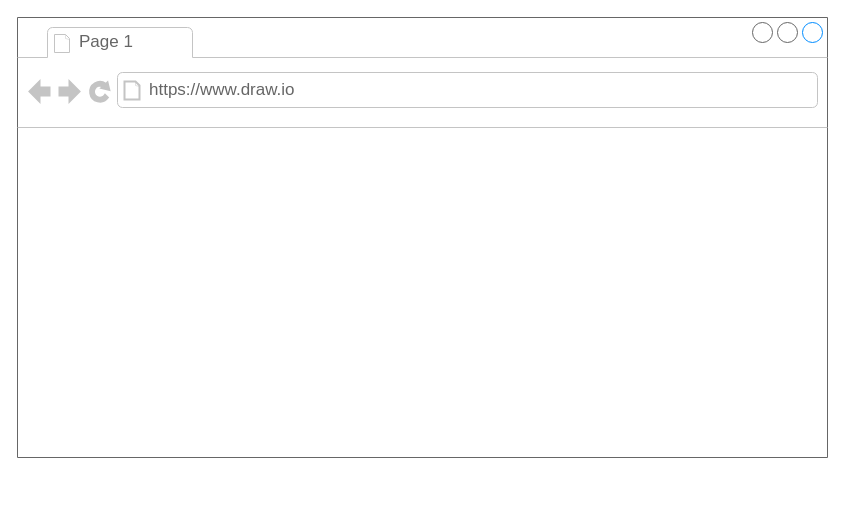
Above: Untitled Diagram.drawio in 0scarTrujill0/MOCKUPS-MAESTRO-MEDIOS (draw.io), before the change. Source tidied: cells renumbered, new cells numbered last; positions are measured from the earlier drawing's top-left corner, leaving out a move shared by most shapes. Both pictures are drawn from the tidied source at 100%, with x=0, y=0 at pixel (17, 17).
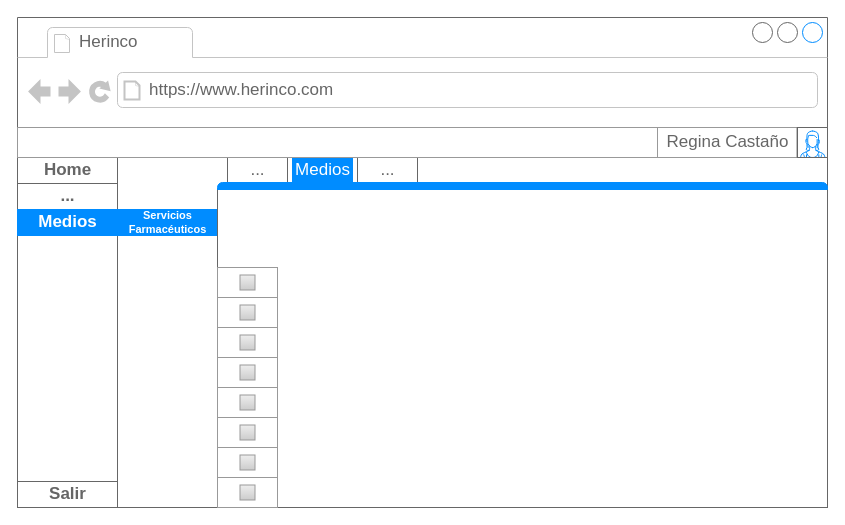
The same page after the edit.

What changed in the source:
```diff
@@
     <mxCell id="2" style="strokeWidth=1;shadow=0;dashed=0;align=center;html=1;shape=mxgraph.mockup.containers.browserWindow;rSize=0;strokeColor=#666666;strokeColor2=#008cff;strokeColor3=#c4c4c4;mainText=,;" parent="1" vertex="1">
-      <mxGeometry width="810" height="440" as="geometry" />
+      <mxGeometry width="810" height="490" as="geometry" />
     </mxCell>
-    <mxCell id="3" value="Page 1" style="strokeWidth=1;shadow=0;dashed=0;align=center;html=1;shape=mxgraph.mockup.containers.anchor;fontSize=17;fontColor=#666666;align=left;" parent="2" vertex="1">
+    <mxCell id="3" value="Herinco" style="strokeWidth=1;shadow=0;dashed=0;align=center;html=1;shape=mxgraph.mockup.containers.anchor;fontSize=17;fontColor=#666666;align=left;" parent="2" vertex="1">
       <mxGeometry x="60" y="12" width="110" height="26" as="geometry" />
     </mxCell>
-    <mxCell id="4" value="https://www.draw.io" style="strokeWidth=1;shadow=0;dashed=0;align=center;html=1;shape=mxgraph.mockup.containers.anchor;rSize=0;fontSize=17;fontColor=#666666;align=left;" parent="2" vertex="1">
+    <mxCell id="4" value="&lt;div&gt;https://www.herinco.com&lt;/div&gt;" style="strokeWidth=1;shadow=0;dashed=0;align=center;html=1;shape=mxgraph.mockup.containers.anchor;rSize=0;fontSize=17;fontColor=#666666;align=left;" parent="2" vertex="1">
       <mxGeometry x="130" y="60" width="250" height="26" as="geometry" />
     </mxCell>
+    <mxCell id="5" style="strokeWidth=1;shadow=0;dashed=0;align=center;html=1;shape=mxgraph.mockup.containers.rrect;rSize=0;strokeColor=#666666;" parent="2" vertex="1">
+      <mxGeometry y="140" width="100" height="350" as="geometry" />
+    </mxCell>
+    <mxCell id="6" value="Home" style="strokeColor=inherit;fillColor=inherit;gradientColor=inherit;strokeWidth=1;shadow=0;dashed=0;align=center;html=1;shape=mxgraph.mockup.containers.rrect;rSize=0;fontSize=17;fontColor=#666666;fontStyle=1;" parent="5" vertex="1">
+      <mxGeometry width="100" height="26" relative="1" as="geometry" />
+    </mxCell>
+    <mxCell id="7" value="..." style="strokeColor=inherit;fillColor=inherit;gradientColor=inherit;strokeWidth=1;shadow=0;dashed=0;align=center;html=1;shape=mxgraph.mockup.containers.rrect;rSize=0;fontSize=17;fontColor=#666666;fontStyle=1;" parent="5" vertex="1">
+      <mxGeometry width="100" height="26" relative="1" as="geometry">
+        <mxPoint y="26" as="offset" />
+      </mxGeometry>
+    </mxCell>
+    <mxCell id="8" value="Medios" style="strokeWidth=1;shadow=0;dashed=0;align=center;html=1;shape=mxgraph.mockup.containers.rrect;rSize=0;fontSize=17;fontColor=#ffffff;fontStyle=1;fillColor=#008cff;strokeColor=#008cff;" parent="5" vertex="1">
+      <mxGeometry width="100" height="26" relative="1" as="geometry">
+        <mxPoint y="52" as="offset" />
+      </mxGeometry>
+    </mxCell>
+    <mxCell id="9" value="Salir" style="strokeColor=inherit;fillColor=inherit;gradientColor=inherit;strokeWidth=1;shadow=0;dashed=0;align=center;html=1;shape=mxgraph.mockup.containers.rrect;rSize=0;fontSize=17;fontColor=#666666;fontStyle=1;" parent="5" vertex="1">
+      <mxGeometry y="1" width="100" height="26" relative="1" as="geometry">
+        <mxPoint y="-26" as="offset" />
+      </mxGeometry>
+    </mxCell>
+    <mxCell id="10" style="strokeWidth=1;shadow=0;dashed=0;align=center;html=1;shape=mxgraph.mockup.containers.rrect;rSize=0;strokeColor=#666666;" parent="2" vertex="1">
+      <mxGeometry x="100" y="192" width="100" height="298" as="geometry" />
+    </mxCell>
+    <mxCell id="11" value="&lt;div style=&quot;font-size: 11px&quot;&gt;Servicios&lt;/div&gt;&lt;div style=&quot;font-size: 11px&quot;&gt;Farmacéuticos&lt;br style=&quot;font-size: 11px&quot;&gt;&lt;/div&gt;" style="strokeColor=#008CFF;fillColor=#008CFF;strokeWidth=1;shadow=0;dashed=0;align=center;html=1;shape=mxgraph.mockup.containers.rrect;rSize=0;fontSize=11;fontStyle=1;labelBackgroundColor=none;fontColor=#ffffff;" parent="10" vertex="1">
+      <mxGeometry width="100" height="26" relative="1" as="geometry" />
+    </mxCell>
+    <mxCell id="12" style="strokeWidth=1;shadow=0;dashed=0;align=center;html=1;shape=mxgraph.mockup.containers.marginRect2;rectMarginTop=32;strokeColor=#666666;gradientColor=none;labelBackgroundColor=none;fontSize=11;" parent="2" vertex="1">
+      <mxGeometry x="200" y="140" width="610" height="350" as="geometry" />
+    </mxCell>
+    <mxCell id="13" value="..." style="strokeColor=inherit;fillColor=inherit;gradientColor=inherit;strokeWidth=1;shadow=0;dashed=0;align=center;html=1;shape=mxgraph.mockup.containers.rrect;rSize=0;fontSize=17;fontColor=#666666;gradientColor=none;labelBackgroundColor=none;" parent="12" vertex="1">
+      <mxGeometry width="60" height="25" relative="1" as="geometry">
+        <mxPoint x="10" as="offset" />
+      </mxGeometry>
+    </mxCell>
+    <mxCell id="14" value="Medios" style="strokeWidth=1;shadow=0;dashed=0;align=center;html=1;shape=mxgraph.mockup.containers.rrect;rSize=0;fontSize=17;fontColor=#ffffff;strokeColor=#008cff;fillColor=#008cff;labelBackgroundColor=none;" parent="12" vertex="1">
+      <mxGeometry width="60" height="25" relative="1" as="geometry">
+        <mxPoint x="75" as="offset" />
+      </mxGeometry>
+    </mxCell>
+    <mxCell id="15" value="..." style="strokeColor=inherit;fillColor=inherit;gradientColor=inherit;strokeWidth=1;shadow=0;dashed=0;align=center;html=1;shape=mxgraph.mockup.containers.rrect;rSize=0;fontSize=17;fontColor=#666666;gradientColor=none;labelBackgroundColor=none;" parent="12" vertex="1">
+      <mxGeometry width="60" height="25" relative="1" as="geometry">
+        <mxPoint x="140" as="offset" />
+      </mxGeometry>
+    </mxCell>
+    <mxCell id="16" style="strokeWidth=1;shadow=0;dashed=0;align=center;html=1;shape=mxgraph.mockup.containers.topButton;rSize=5;strokeColor=#008cff;fillColor=#008cff;gradientColor=none;labelBackgroundColor=none;fontSize=11;" parent="12" vertex="1">
+      <mxGeometry width="610" height="7" relative="1" as="geometry">
+        <mxPoint y="25" as="offset" />
+      </mxGeometry>
+    </mxCell>
+    <mxCell id="17" style="strokeWidth=1;shadow=0;dashed=0;align=center;html=1;shape=mxgraph.mockup.forms.rrect;rSize=0;strokeColor=#999999;fillColor=#ffffff;labelBackgroundColor=none;fontSize=11;" parent="12" vertex="1">
+      <mxGeometry y="110" width="60" height="240" as="geometry" />
+    </mxCell>
+    <mxCell id="18" style="group;" parent="12" vertex="1">
+      <mxGeometry y="110" width="60" height="30" as="geometry" />
+    </mxCell>
+    <mxCell id="19" style="strokeWidth=1;shadow=0;dashed=0;align=center;html=1;shape=mxgraph.mockup.forms.rrect;rSize=0;strokeColor=#999999;fontColor=#008cff;fontSize=17;fillColor=#ffffff;labelBackgroundColor=none;" parent="18" vertex="1">
+      <mxGeometry width="60" height="30" as="geometry" />
+    </mxCell>
+    <mxCell id="20" style="strokeWidth=1;shadow=0;dashed=0;align=center;html=1;shape=mxgraph.mockup.forms.rrect;rSize=0;fillColor=#eeeeee;strokeColor=#999999;gradientColor=#cccccc;align=left;spacingLeft=4;fontSize=17;fontColor=#666666;labelPosition=right;labelBackgroundColor=none;" parent="18" vertex="1">
+      <mxGeometry x="22.5" y="7.5" width="15" height="15" as="geometry" />
+    </mxCell>
+    <mxCell id="21" style="group;" parent="12" vertex="1">
+      <mxGeometry y="140" width="60" height="30" as="geometry" />
+    </mxCell>
+    <mxCell id="22" style="strokeWidth=1;shadow=0;dashed=0;align=center;html=1;shape=mxgraph.mockup.forms.rrect;rSize=0;strokeColor=#999999;fontColor=#008cff;fontSize=17;fillColor=#ffffff;labelBackgroundColor=none;" parent="21" vertex="1">
+      <mxGeometry width="60" height="30" as="geometry" />
+    </mxCell>
+    <mxCell id="23" style="strokeWidth=1;shadow=0;dashed=0;align=center;html=1;shape=mxgraph.mockup.forms.rrect;rSize=0;fillColor=#eeeeee;strokeColor=#999999;gradientColor=#cccccc;align=left;spacingLeft=4;fontSize=17;fontColor=#666666;labelPosition=right;labelBackgroundColor=none;" parent="21" vertex="1">
+      <mxGeometry x="22.5" y="7.5" width="15" height="15" as="geometry" />
+    </mxCell>
+    <mxCell id="24" style="group;" parent="12" vertex="1">
+      <mxGeometry y="170" width="60" height="30" as="geometry" />
+    </mxCell>
+    <mxCell id="25" style="strokeWidth=1;shadow=0;dashed=0;align=center;html=1;shape=mxgraph.mockup.forms.rrect;rSize=0;strokeColor=#999999;fontColor=#008cff;fontSize=17;fillColor=#ffffff;labelBackgroundColor=none;" parent="24" vertex="1">
+      <mxGeometry width="60" height="30" as="geometry" />
+    </mxCell>
+    <mxCell id="26" style="strokeWidth=1;shadow=0;dashed=0;align=center;html=1;shape=mxgraph.mockup.forms.rrect;rSize=0;fillColor=#eeeeee;strokeColor=#999999;gradientColor=#cccccc;align=left;spacingLeft=4;fontSize=17;fontColor=#666666;labelPosition=right;labelBackgroundColor=none;" parent="24" vertex="1">
+      <mxGeometry x="22.5" y="7.5" width="15" height="15" as="geometry" />
+    </mxCell>
+    <mxCell id="27" style="group;" parent="12" vertex="1">
+      <mxGeometry y="200" width="60" height="30" as="geometry" />
+    </mxCell>
+    <mxCell id="28" style="strokeWidth=1;shadow=0;dashed=0;align=center;html=1;shape=mxgraph.mockup.forms.rrect;rSize=0;strokeColor=#999999;fontColor=#008cff;fontSize=17;fillColor=#ffffff;labelBackgroundColor=none;" parent="27" vertex="1">
+      <mxGeometry width="60" height="30" as="geometry" />
+    </mxCell>
+    <mxCell id="29" style="strokeWidth=1;shadow=0;dashed=0;align=center;html=1;shape=mxgraph.mockup.forms.rrect;rSize=0;fillColor=#eeeeee;strokeColor=#999999;gradientColor=#cccccc;align=left;spacingLeft=4;fontSize=17;fontColor=#666666;labelPosition=right;labelBackgroundColor=none;" parent="27" vertex="1">
+      <mxGeometry x="22.5" y="7.5" width="15" height="15" as="geometry" />
+    </mxCell>
+    <mxCell id="30" style="group;" parent="12" vertex="1">
+      <mxGeometry y="290" width="60" height="30" as="geometry" />
+    </mxCell>
+    <mxCell id="31" style="strokeWidth=1;shadow=0;dashed=0;align=center;html=1;shape=mxgraph.mockup.forms.rrect;rSize=0;strokeColor=#999999;fontColor=#008cff;fontSize=17;fillColor=#ffffff;labelBackgroundColor=none;" parent="30" vertex="1">
+      <mxGeometry width="60" height="30" as="geometry" />
+    </mxCell>
+    <mxCell id="32" style="strokeWidth=1;shadow=0;dashed=0;align=center;html=1;shape=mxgraph.mockup.forms.rrect;rSize=0;fillColor=#eeeeee;strokeColor=#999999;gradientColor=#cccccc;align=left;spacingLeft=4;fontSize=17;fontColor=#666666;labelPosition=right;labelBackgroundColor=none;" parent="30" vertex="1">
+      <mxGeometry x="22.5" y="7.5" width="15" height="15" as="geometry" />
+    </mxCell>
+    <mxCell id="33" style="group;" parent="12" vertex="1">
+      <mxGeometry y="320" width="60" height="30" as="geometry" />
+    </mxCell>
+    <mxCell id="34" style="strokeWidth=1;shadow=0;dashed=0;align=center;html=1;shape=mxgraph.mockup.forms.rrect;rSize=0;strokeColor=#999999;fontColor=#008cff;fontSize=17;fillColor=#ffffff;labelBackgroundColor=none;" parent="33" vertex="1">
+      <mxGeometry width="60" height="30" as="geometry" />
+    </mxCell>
+    <mxCell id="35" style="strokeWidth=1;shadow=0;dashed=0;align=center;html=1;shape=mxgraph.mockup.forms.rrect;rSize=0;fillColor=#eeeeee;strokeColor=#999999;gradientColor=#cccccc;align=left;spacingLeft=4;fontSize=17;fontColor=#666666;labelPosition=right;labelBackgroundColor=none;" parent="33" vertex="1">
+      <mxGeometry x="22.5" y="7.5" width="15" height="15" as="geometry" />
+    </mxCell>
+    <mxCell id="36" style="strokeWidth=1;shadow=0;dashed=0;align=center;html=1;shape=mxgraph.mockup.forms.rrect;rSize=0;strokeColor=#999999;labelBackgroundColor=none;fontSize=11;" parent="2" vertex="1">
+      <mxGeometry y="110" width="810" height="30" as="geometry" />
+    </mxCell>
+    <mxCell id="37" value="Regina Castaño" style="strokeColor=inherit;fillColor=inherit;gradientColor=inherit;strokeWidth=1;shadow=0;dashed=0;align=center;html=1;shape=mxgraph.mockup.forms.rrect;rSize=0;fontSize=17;fontColor=#666666;labelBackgroundColor=none;" parent="36" vertex="1">
+      <mxGeometry x="640" width="140" height="30" as="geometry" />
+    </mxCell>
+    <mxCell id="38" style="verticalLabelPosition=bottom;shadow=0;dashed=0;align=center;html=1;verticalAlign=top;strokeWidth=1;shape=mxgraph.mockup.containers.userFemale;strokeColor=#666666;strokeColor2=#008cff;labelBackgroundColor=none;fontSize=11;" parent="36" vertex="1">
+      <mxGeometry x="780" width="30" height="30" as="geometry" />
+    </mxCell>
+    <mxCell id="39" style="group;" parent="1" vertex="1">
+      <mxGeometry x="200" y="370" width="60" height="30" as="geometry" />
+    </mxCell>
+    <mxCell id="40" style="strokeWidth=1;shadow=0;dashed=0;align=center;html=1;shape=mxgraph.mockup.forms.rrect;rSize=0;strokeColor=#999999;fontColor=#008cff;fontSize=17;fillColor=#ffffff;labelBackgroundColor=none;" parent="39" vertex="1">
+      <mxGeometry width="60" height="30" as="geometry" />
+    </mxCell>
+    <mxCell id="41" style="strokeWidth=1;shadow=0;dashed=0;align=center;html=1;shape=mxgraph.mockup.forms.rrect;rSize=0;fillColor=#eeeeee;strokeColor=#999999;gradientColor=#cccccc;align=left;spacingLeft=4;fontSize=17;fontColor=#666666;labelPosition=right;labelBackgroundColor=none;" parent="39" vertex="1">
+      <mxGeometry x="22.5" y="7.5" width="15" height="15" as="geometry" />
+    </mxCell>
+    <mxCell id="42" style="group;" parent="1" vertex="1">
+      <mxGeometry x="200" y="400" width="60" height="30" as="geometry" />
+    </mxCell>
+    <mxCell id="43" style="strokeWidth=1;shadow=0;dashed=0;align=center;html=1;shape=mxgraph.mockup.forms.rrect;rSize=0;strokeColor=#999999;fontColor=#008cff;fontSize=17;fillColor=#ffffff;labelBackgroundColor=none;" parent="42" vertex="1">
+      <mxGeometry width="60" height="30" as="geometry" />
+    </mxCell>
+    <mxCell id="44" style="strokeWidth=1;shadow=0;dashed=0;align=center;html=1;shape=mxgraph.mockup.forms.rrect;rSize=0;fillColor=#eeeeee;strokeColor=#999999;gradientColor=#cccccc;align=left;spacingLeft=4;fontSize=17;fontColor=#666666;labelPosition=right;labelBackgroundColor=none;" parent="42" vertex="1">
+      <mxGeometry x="22.5" y="7.5" width="15" height="15" as="geometry" />
+    </mxCell>
```
